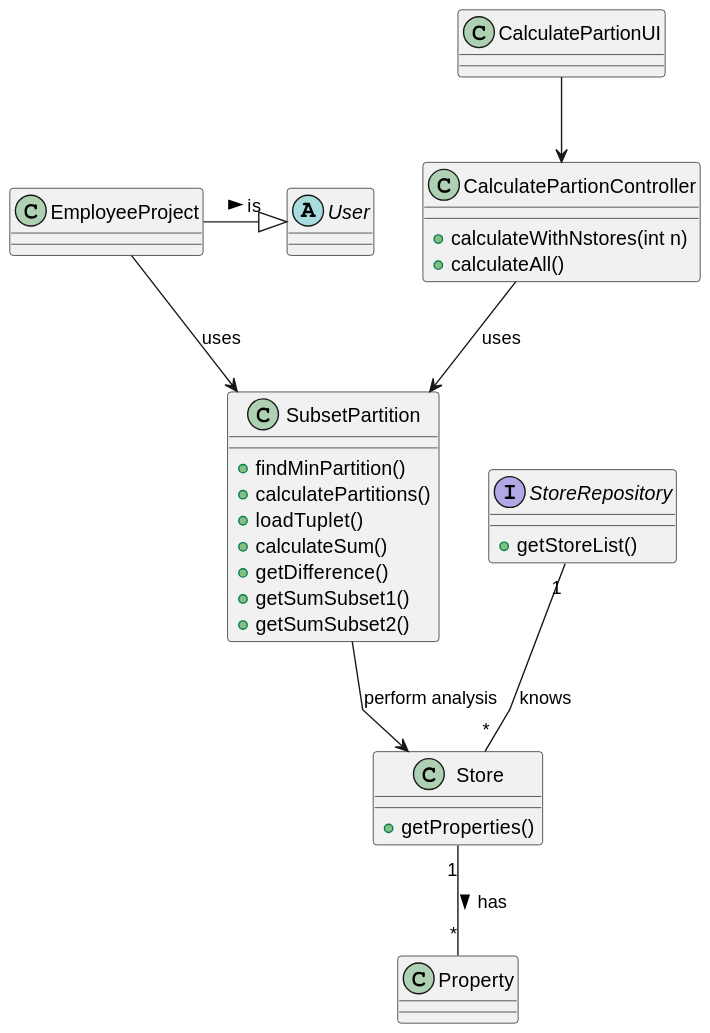
Above: lei-22-s2-1do-g68/docs/SprintD/us019/03.design/svg/us019-ClassDiagram.svg in hugosilva2901/lei-22-s2-1DO-g68 (PlantUML), before the change. Its diagram source:
```plantuml
@startuml
skinparam packageStyle rectangle
skinparam shadowing false
skinparam linetype polyline

class CalculatePartionUI{
}

class CalculatePartionController{
 + calculateWithNstores(int n)
 + calculateAll()

}

class EmployeeProject{
}
abstract class User{
}


class Store{
    +getProperties()
}

class Property{
}

class SubsetPartition{
+findMinPartition()
+calculatePartitions()
+loadTuplet()
+calculateSum()
+getDifference()
+getSumSubset1()
+getSumSubset2()
}

interface StoreRepository{
    +getStoreList()
}
StoreRepository "1" --"*" Store : knows
Store "1" --"*" Property : has >

CalculatePartionUI --> CalculatePartionController
CalculatePartionController --> SubsetPartition : uses
EmployeeProject --> SubsetPartition : uses
SubsetPartition --> Store : perform analysis
EmployeeProject -|> User : is >
@enduml
```
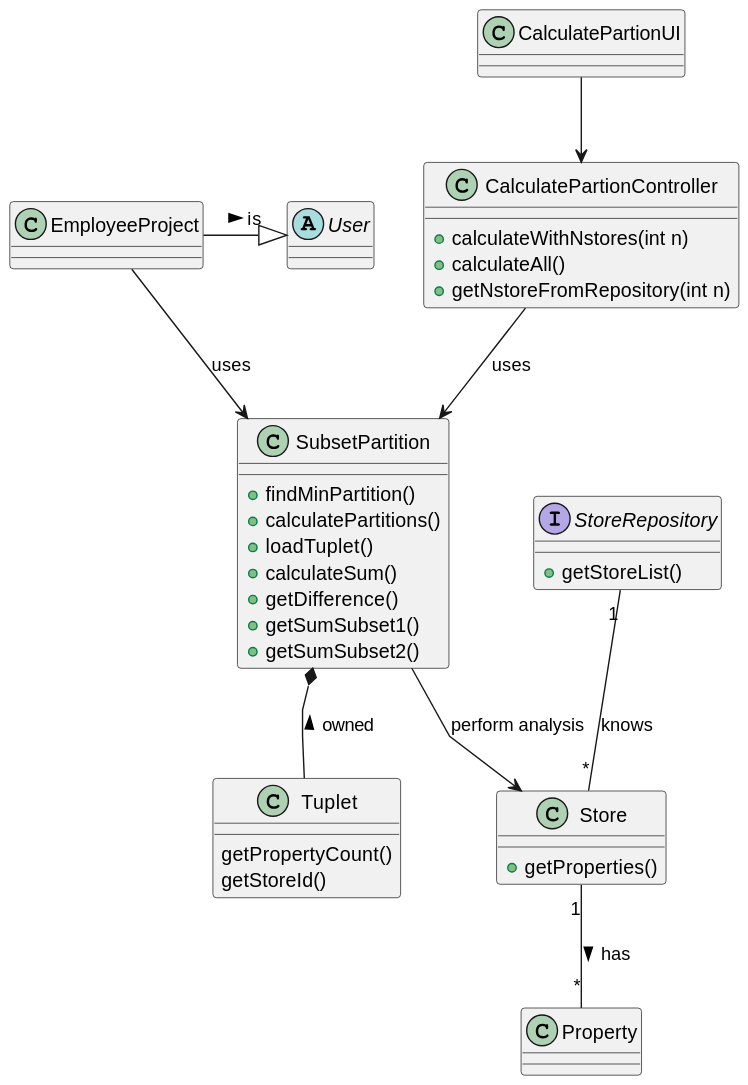
Above is the later version.

What changed in the source:
```diff
@@ -9,6 +9,7 @@
 class CalculatePartionController{
  + calculateWithNstores(int n)
  + calculateAll()
+ + getNstoreFromRepository(int n)
 
 }
 
@@ -34,7 +35,10 @@
 +getSumSubset1()
 +getSumSubset2()
 }
-
+class Tuplet{
+    getPropertyCount()
+    getStoreId()
+}
 interface StoreRepository{
     +getStoreList()
 }
@@ -46,4 +50,5 @@
 EmployeeProject --> SubsetPartition : uses
 SubsetPartition --> Store : perform analysis
 EmployeeProject -|> User : is >
+SubsetPartition *-- Tuplet : < owned
 @enduml
```
